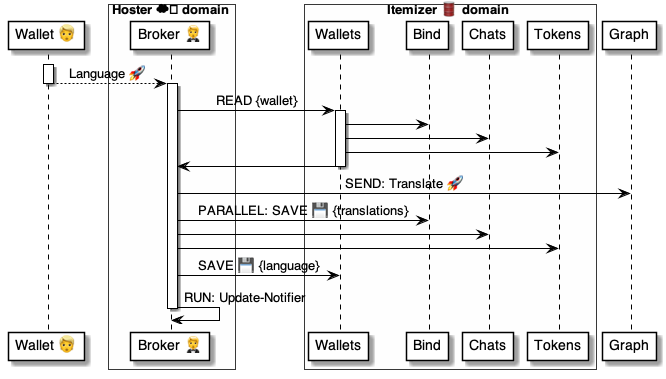
Earlier version of the PlantUML export 4 ⚙️ Solution/20 🧑‍🦰 UI/Brokers 🤵/🤵🅰️ Broker methods/Wallets 🧑‍🦰 Language 🧑‍🦰🐌🤵/🤵 Language ⚙️ uml.png (pollyweb-org/pollyweb-docs). Its source is kept beside it as 4 ⚙️ Solution/20 🧑‍🦰 UI/Brokers 🤵/🤵🅰️ Broker methods/Wallets 🧑‍🦰 Language 🧑‍🦰🐌🤵/🤵 Language ⚙️ uml.puml.
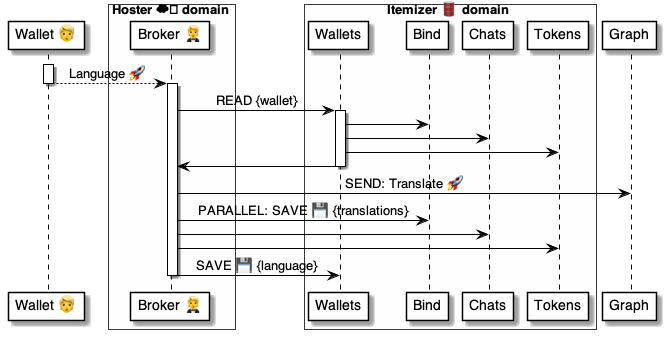
Above is the later version.

What changed in the source:
```diff
@@ -37,7 +37,6 @@
     broker -> tokens:
     broker -> wallets: SAVE 💾 {language}
 
-    broker -> broker: RUN: Update-Notifier
 deactivate broker
 
 
```
